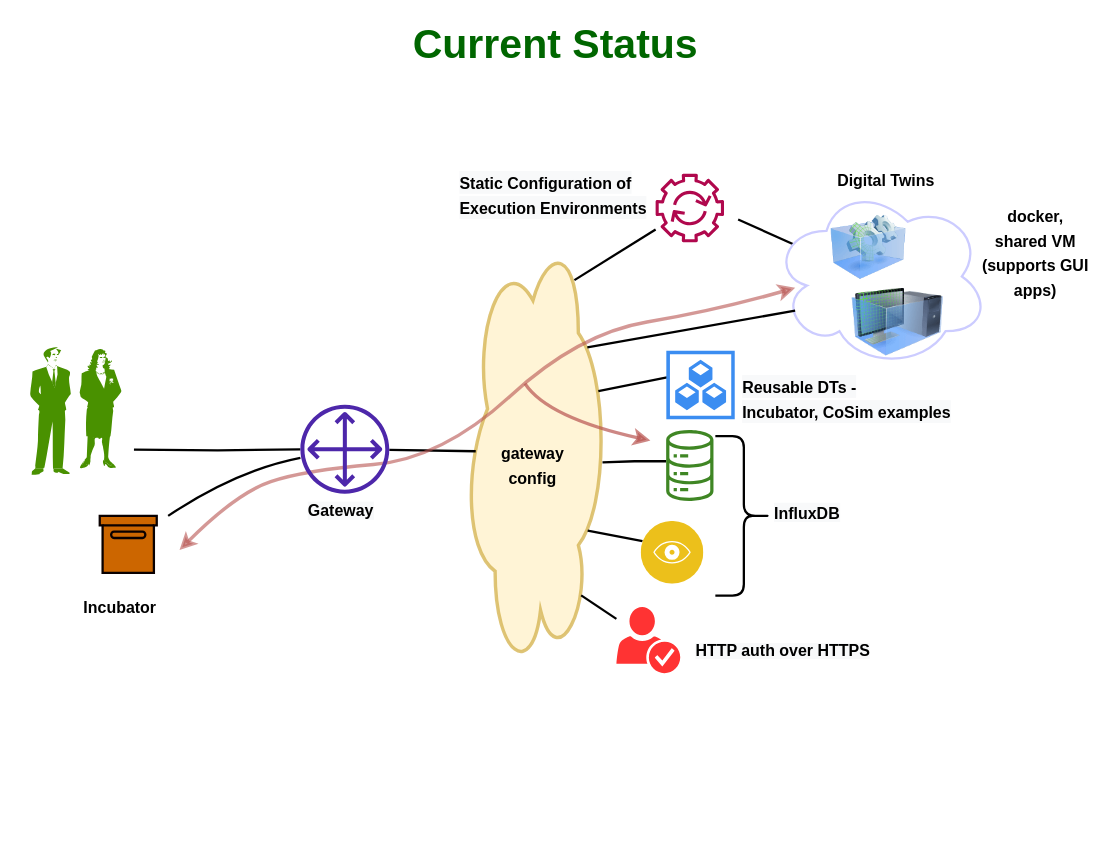
The draw.io diagram page "Current Status" (6 of 6) of docs/DTaaS.drawio in INTO-CPS-Association/DTaaS, before the edit. Source tidied: cells renumbered, new cells numbered last; positions are measured from the earlier drawing's top-left corner, leaving out a move shared by most shapes. Both pictures are drawn from the tidied source at 114%, with x=0, y=0 at pixel (19, 26).
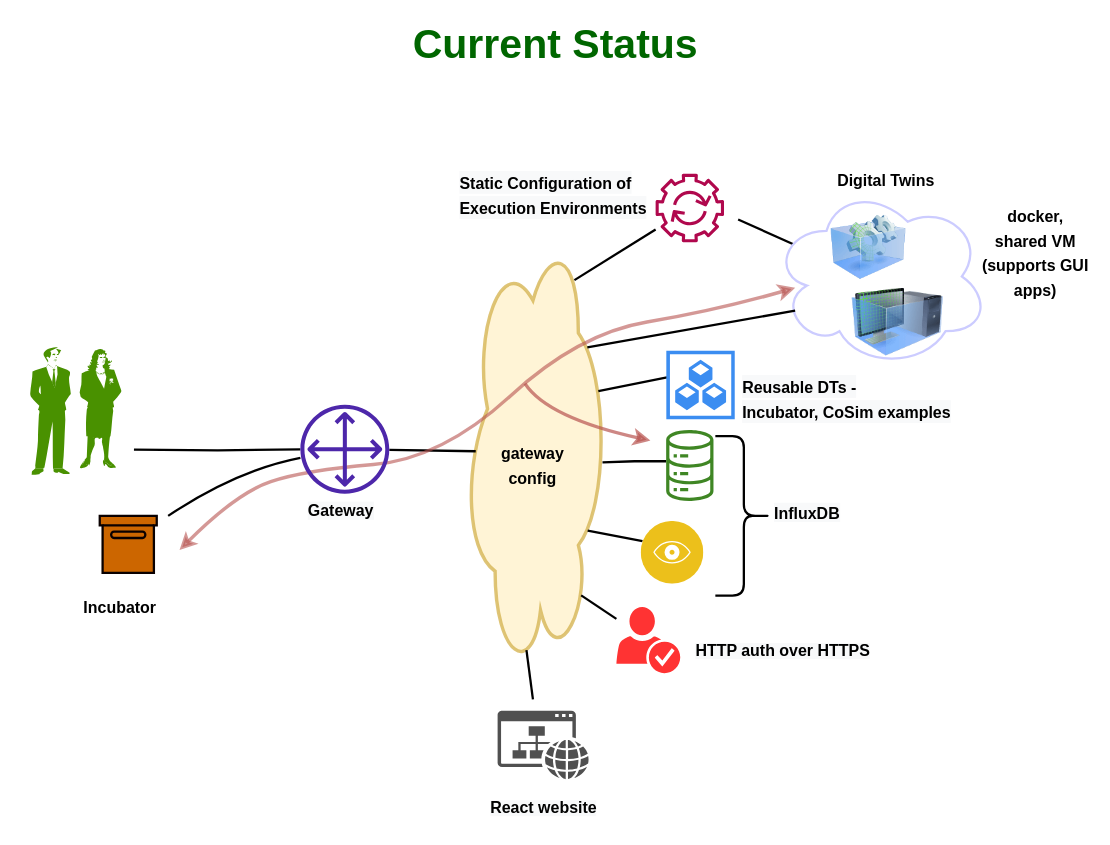
Above is the later version.

What changed in the source:
```diff
@@
+    <mxCell id="40" style="sketch=0;shadow=0;dashed=0;html=1;strokeColor=none;fillColor=#505050;labelPosition=center;verticalLabelPosition=bottom;verticalAlign=top;align=center;shape=mxgraph.office.concepts.website;" parent="1" vertex="1">
+      <mxGeometry x="419" y="600" width="80" height="60" as="geometry" />
+    </mxCell>
+    <mxCell id="41" style="endArrow=none;html=1;rounded=0;exitX=0.205;exitY=0.834;exitDx=0;exitDy=0;exitPerimeter=0;strokeWidth=2;" parent="1" edge="1">
+      <mxGeometry relative="1" as="geometry">
+        <mxPoint x="444.3" y="546.8" as="sourcePoint" />
+        <mxPoint x="450" y="590" as="targetPoint" />
+      </mxGeometry>
+    </mxCell>
+    <mxCell id="42" value="&lt;span style=&quot;color: rgb(0 , 0 , 0) ; font-family: &amp;quot;helvetica&amp;quot; ; font-style: normal ; letter-spacing: normal ; text-align: center ; text-indent: 0px ; text-transform: none ; word-spacing: 0px ; background-color: rgb(248 , 249 , 250) ; display: inline ; float: none&quot;&gt;&lt;font size=&quot;1&quot; style=&quot;&quot;&gt;&lt;b style=&quot;font-size: 14px;&quot;&gt;React website&lt;/b&gt;&lt;/font&gt;&lt;/span&gt;" style="text;whiteSpace=wrap;html=1;" parent="1" vertex="1">
+      <mxGeometry x="411" y="670" width="119" height="30" as="geometry" />
+    </mxCell>
```
